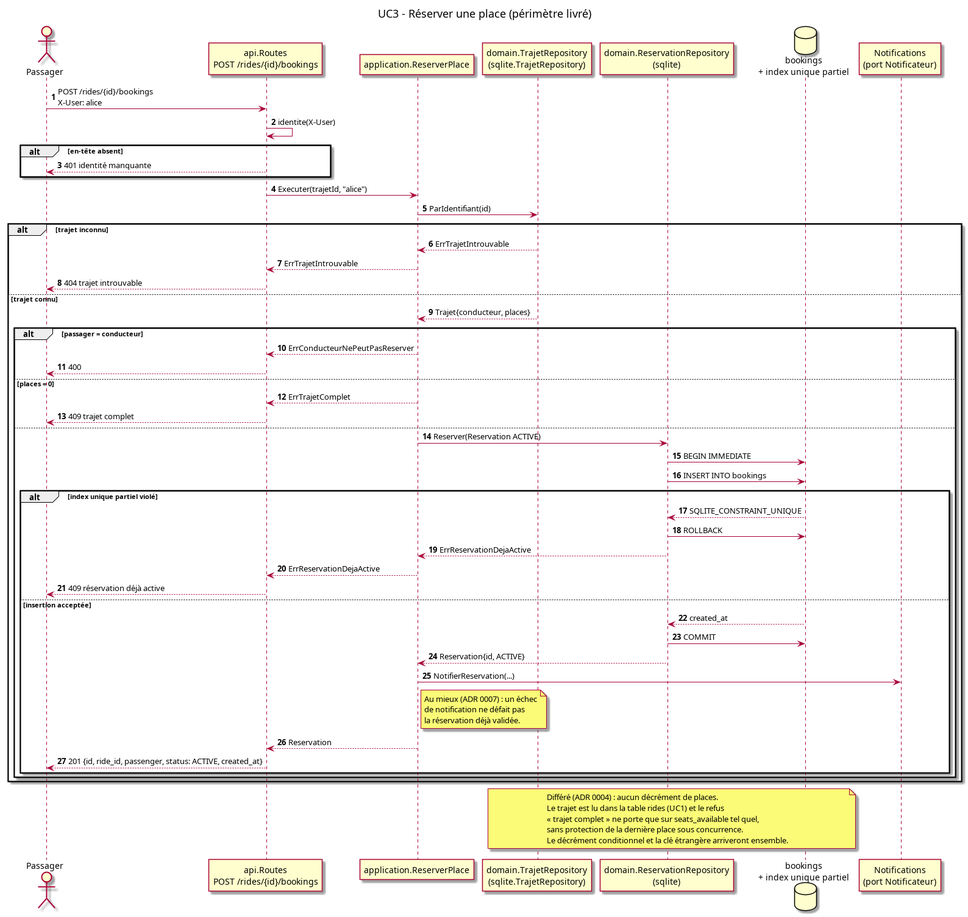
This is docs/uml/uc3-sequence.png from alaa-ilehi/Wasalni, a PlantUML export, as it was before one commit. Its source is kept beside it as docs/uml/uc3-sequence.puml.
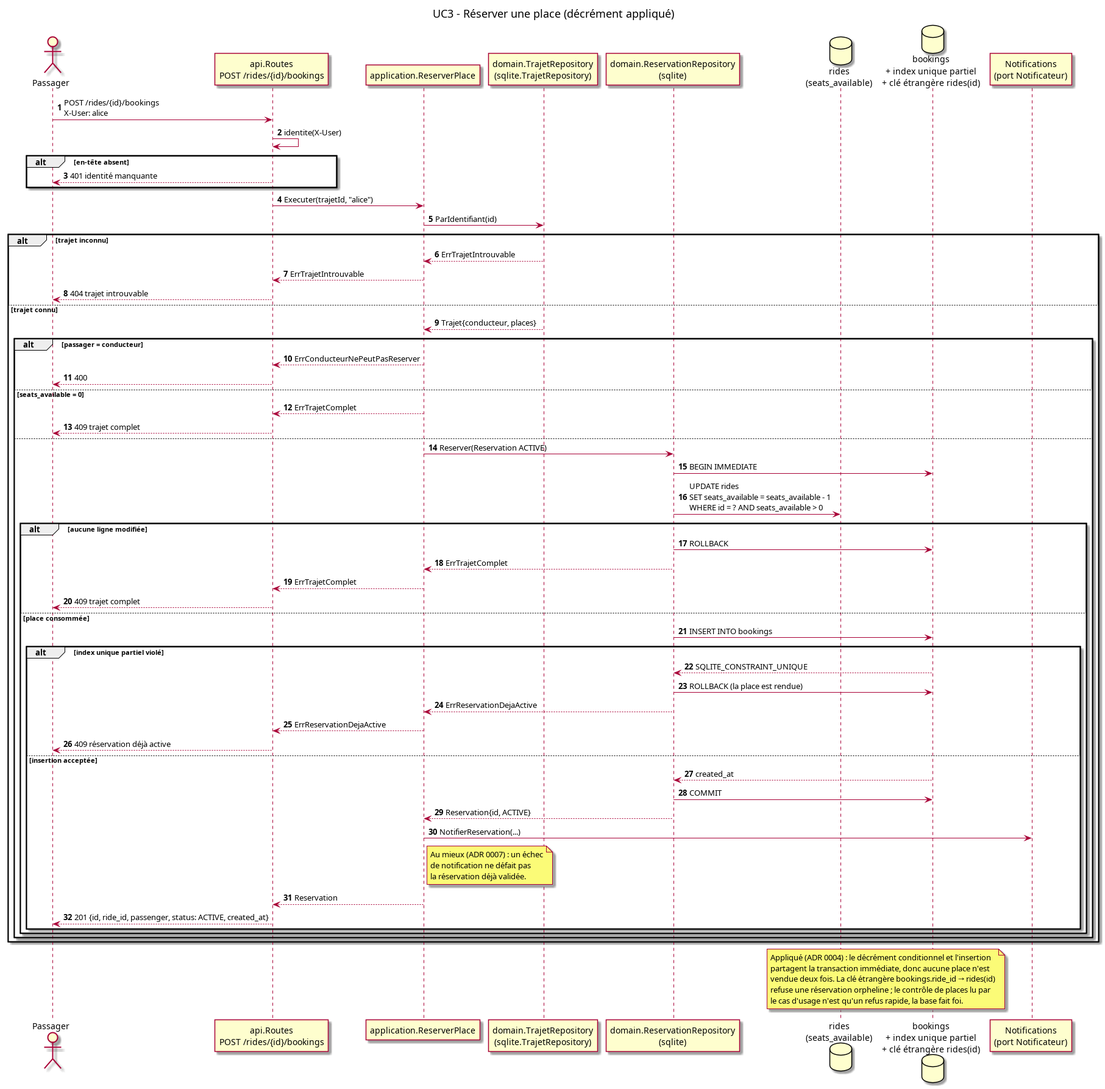
The same file after the commit.

Commit message:
uc3: décrément atomique des places et clé étrangère des réservations

What changed in the source:
```diff
@@ -1,5 +1,5 @@
 @startuml uc3-sequence
-title UC3 - Réserver une place (périmètre livré)
+title UC3 - Réserver une place (décrément appliqué)
 autonumber
 
 actor "Passager" as Passager
@@ -7,7 +7,8 @@
 participant "application.ReserverPlace" as UC
 participant "domain.TrajetRepository\n(sqlite.TrajetRepository)" as Trajets
 participant "domain.ReservationRepository\n(sqlite)" as Reservations
-database "bookings\n+ index unique partiel" as DB
+database "rides\n(seats_available)" as Rides
+database "bookings\n+ index unique partiel\n+ clé étrangère rides(id)" as DB
 participant "Notifications\n(port Notificateur)" as Notif
 
 Passager -> API : POST /rides/{id}/bookings\nX-User: alice
@@ -27,41 +28,49 @@
   alt passager = conducteur
     UC --> API : ErrConducteurNePeutPasReserver
     API --> Passager : 400
-  else places = 0
+  else seats_available = 0
     UC --> API : ErrTrajetComplet
     API --> Passager : 409 trajet complet
   else
     UC -> Reservations : Reserver(Reservation ACTIVE)
     Reservations -> DB : BEGIN IMMEDIATE
-    Reservations -> DB : INSERT INTO bookings
-    alt index unique partiel violé
-      DB --> Reservations : SQLITE_CONSTRAINT_UNIQUE
+    Reservations -> Rides : UPDATE rides\nSET seats_available = seats_available - 1\nWHERE id = ? AND seats_available > 0
+    alt aucune ligne modifiée
       Reservations -> DB : ROLLBACK
-      Reservations --> UC : ErrReservationDejaActive
-      UC --> API : ErrReservationDejaActive
-      API --> Passager : 409 réservation déjà active
-    else insertion acceptée
-      DB --> Reservations : created_at
-      Reservations -> DB : COMMIT
-      Reservations --> UC : Reservation{id, ACTIVE}
-      UC -> Notif : NotifierReservation(...)
-      note right of UC
-        Au mieux (ADR 0007) : un échec
-        de notification ne défait pas
-        la réservation déjà validée.
-      end note
-      UC --> API : Reservation
-      API --> Passager : 201 {id, ride_id, passenger, status: ACTIVE, created_at}
+      Reservations --> UC : ErrTrajetComplet
+      UC --> API : ErrTrajetComplet
+      API --> Passager : 409 trajet complet
+    else place consommée
+      Reservations -> DB : INSERT INTO bookings
+      alt index unique partiel violé
+        DB --> Reservations : SQLITE_CONSTRAINT_UNIQUE
+        Reservations -> DB : ROLLBACK (la place est rendue)
+        Reservations --> UC : ErrReservationDejaActive
+        UC --> API : ErrReservationDejaActive
+        API --> Passager : 409 réservation déjà active
+      else insertion acceptée
+        DB --> Reservations : created_at
+        Reservations -> DB : COMMIT
+        Reservations --> UC : Reservation{id, ACTIVE}
+        UC -> Notif : NotifierReservation(...)
+        note right of UC
+          Au mieux (ADR 0007) : un échec
+          de notification ne défait pas
+          la réservation déjà validée.
+        end note
+        UC --> API : Reservation
+        API --> Passager : 201 {id, ride_id, passenger, status: ACTIVE, created_at}
+      end
     end
   end
 end
 
-note over Trajets, DB
-  Différé (ADR 0004) : aucun décrément de places.
-  Le trajet est lu dans la table rides (UC1) et le refus
-  « trajet complet » ne porte que sur seats_available tel quel,
-  sans protection de la dernière place sous concurrence.
-  Le décrément conditionnel et la clé étrangère arriveront ensemble.
+note over Rides, DB
+  Appliqué (ADR 0004) : le décrément conditionnel et l'insertion
+  partagent la transaction immédiate, donc aucune place n'est
+  vendue deux fois. La clé étrangère bookings.ride_id → rides(id)
+  refuse une réservation orpheline ; le contrôle de places lu par
+  le cas d'usage n'est qu'un refus rapide, la base fait foi.
 end note
 
 @enduml
```
